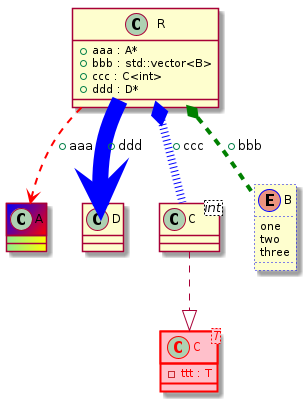
Above: docs/test_cases/t00031_class.png in bkryza/clang-uml (PlantUML), before the change. Its diagram source:
```plantuml
@startuml
class "A" as C_0000000407

class "C<T>" as C_0000000411

class "D" as C_0000000413

class "C<int>" as C_0000000416

class "R" as C_0000000415

enum "B" as C_0000000409

class C_0000000407 #back:lightgreen|yellow;header:blue/red {
}

class C_0000000411 #pink;line:red;line.bold;text:red {
-ttt : T
}

class C_0000000413 {
}

class C_0000000416 {
}
C_0000000416 ..|> C_0000000411

class C_0000000415 {
+aaa : A*
+bbb : std::vector<B>
+ccc : C<int>
+ddd : D*
}
C_0000000415 -[#red,dashed,thickness=2]-> C_0000000407 : +aaa
C_0000000415 *-[#green,dashed,thickness=4]- C_0000000409 : +bbb
C_0000000415 o-[#blue,dotted,thickness=8]- C_0000000416 : +ccc
C_0000000415 -[#blue,plain,thickness=16]-> C_0000000413 : +ddd

enum C_0000000409 #line.dotted:blue {
one
two
three
}

@enduml
```
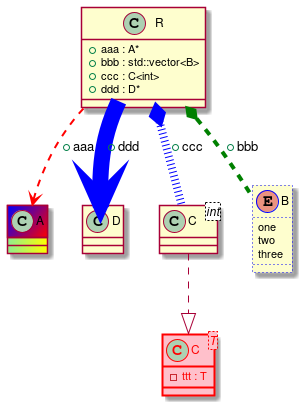
After the change.

The edit, as a diff of the source:
```diff
@@ -1,42 +1,42 @@
 @startuml
-class "A" as C_0000000407
+class "A" as C_0000000495
 
-class "C<T>" as C_0000000411
+class "C<T>" as C_0000000499
 
-class "D" as C_0000000413
+class "D" as C_0000000501
 
-class "C<int>" as C_0000000416
+class "C<int>" as C_0000000505
 
-class "R" as C_0000000415
+class "R" as C_0000000503
 
-enum "B" as C_0000000409
+enum "B" as C_0000000497
 
-class C_0000000407 #back:lightgreen|yellow;header:blue/red {
+class C_0000000495 #back:lightgreen|yellow;header:blue/red {
 }
 
-class C_0000000411 #pink;line:red;line.bold;text:red {
+class C_0000000499 #pink;line:red;line.bold;text:red {
 -ttt : T
 }
 
-class C_0000000413 {
+class C_0000000501 {
 }
 
-class C_0000000416 {
+class C_0000000505 {
 }
-C_0000000416 ..|> C_0000000411
+C_0000000505 ..|> C_0000000499
 
-class C_0000000415 {
+class C_0000000503 {
 +aaa : A*
 +bbb : std::vector<B>
 +ccc : C<int>
 +ddd : D*
 }
-C_0000000415 -[#red,dashed,thickness=2]-> C_0000000407 : +aaa
-C_0000000415 *-[#green,dashed,thickness=4]- C_0000000409 : +bbb
-C_0000000415 o-[#blue,dotted,thickness=8]- C_0000000416 : +ccc
-C_0000000415 -[#blue,plain,thickness=16]-> C_0000000413 : +ddd
+C_0000000503 -[#red,dashed,thickness=2]-> C_0000000495 : +aaa
+C_0000000503 *-[#green,dashed,thickness=4]- C_0000000497 : +bbb
+C_0000000503 o-[#blue,dotted,thickness=8]- C_0000000505 : +ccc
+C_0000000503 -[#blue,plain,thickness=16]-> C_0000000501 : +ddd
 
-enum C_0000000409 #line.dotted:blue {
+enum C_0000000497 #line.dotted:blue {
 one
 two
 three
```
